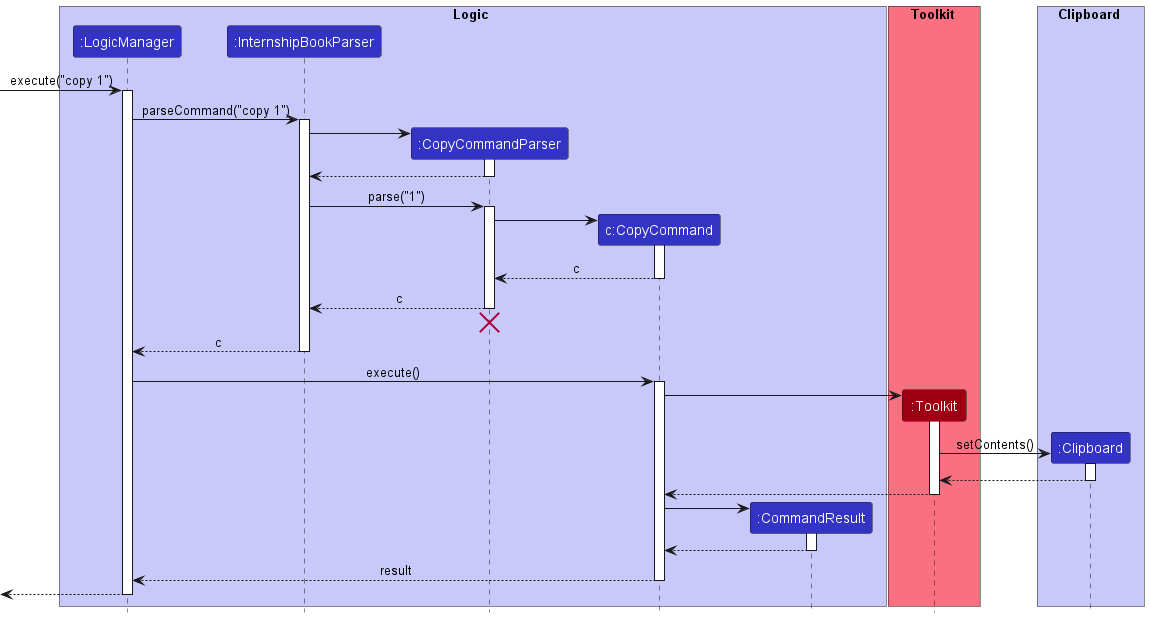
Above: docs/images/CopySequenceDiagram.png in nus-cs2103-AY2223S1/tp (PlantUML), before the change. Source of this version:
```plantuml
@startuml
!include style.puml

box Logic LOGIC_COLOR_T1
participant ":LogicManager" as LogicManager LOGIC_COLOR
participant ":InternshipBookParser" as InternshipBookParser LOGIC_COLOR
participant ":CopyCommandParser" as CopyCommandParser LOGIC_COLOR
participant "c:CopyCommand" as CopyCommand LOGIC_COLOR
participant ":CommandResult" as CommandResult LOGIC_COLOR
end box

box Toolkit MODEL_COLOR_T1
participant ":Toolkit" as Toolkit MODEL_COLOR
end box

box Clipboard LOGIC_COLOR_T1
participant ":Clipboard" as Clipboard LOGIC_COLOR
end box

[-> LogicManager : execute("copy 1")
activate LogicManager

LogicManager -> InternshipBookParser : parseCommand("copy 1")
activate InternshipBookParser

create CopyCommandParser
InternshipBookParser -> CopyCommandParser
activate CopyCommandParser

CopyCommandParser --> InternshipBookParser
deactivate CopyCommandParser

InternshipBookParser -> CopyCommandParser : parse("1")
activate CopyCommandParser

create CopyCommand
CopyCommandParser -> CopyCommand
activate CopyCommand

CopyCommand --> CopyCommandParser : c
deactivate CopyCommand

CopyCommandParser --> InternshipBookParser : c
deactivate CopyCommandParser
CopyCommandParser -[hidden]-> InternshipBookParser
destroy CopyCommandParser

InternshipBookParser --> LogicManager : c
deactivate InternshipBookParser

LogicManager -> CopyCommand : execute()
activate CopyCommand

create Toolkit
CopyCommand -> Toolkit
activate Toolkit

create Clipboard
Toolkit -> Clipboard : setContents()
activate Clipboard

Clipboard --> Toolkit
deactivate Clipboard
Toolkit --> CopyCommand
deactivate Toolkit

create CommandResult
CopyCommand -> CommandResult
activate CommandResult

CommandResult --> CopyCommand
deactivate CommandResult

CopyCommand --> LogicManager : result
deactivate CopyCommand

[<--LogicManager
deactivate LogicManager
@enduml
```
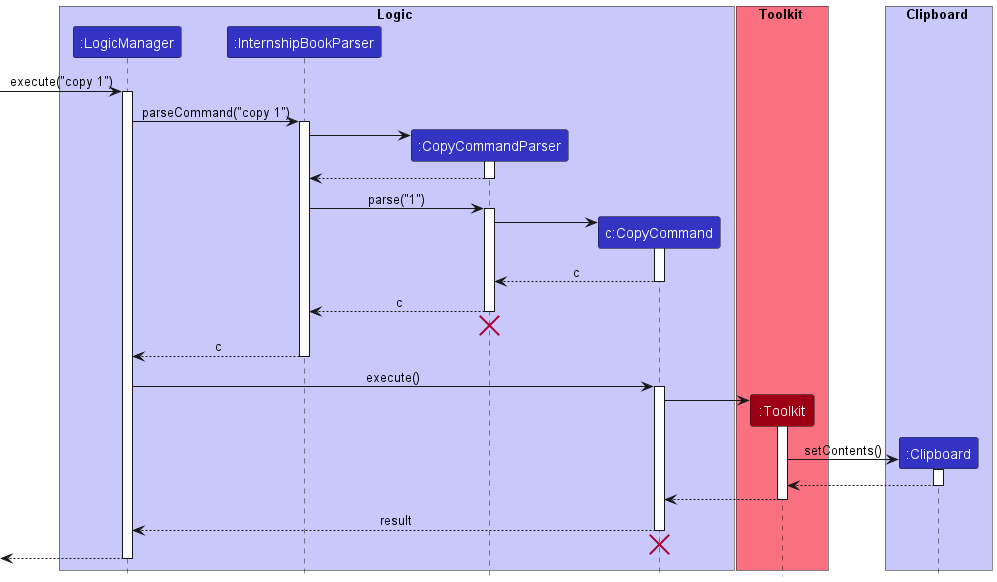
Later version of the same file.

The edit, as a diff of the source:
```diff
@@ -6,7 +6,6 @@
 participant ":InternshipBookParser" as InternshipBookParser LOGIC_COLOR
 participant ":CopyCommandParser" as CopyCommandParser LOGIC_COLOR
 participant "c:CopyCommand" as CopyCommand LOGIC_COLOR
-participant ":CommandResult" as CommandResult LOGIC_COLOR
 end box
 
 box Toolkit MODEL_COLOR_T1
@@ -64,16 +63,12 @@
 Toolkit --> CopyCommand
 deactivate Toolkit
 
-create CommandResult
-CopyCommand -> CommandResult
-activate CommandResult
-
-CommandResult --> CopyCommand
-deactivate CommandResult
 
 CopyCommand --> LogicManager : result
 deactivate CopyCommand
-
+CopyCommand -[hidden]-> LogicManager
+destroy CopyCommand
 [<--LogicManager
 deactivate LogicManager
+
 @enduml
```
